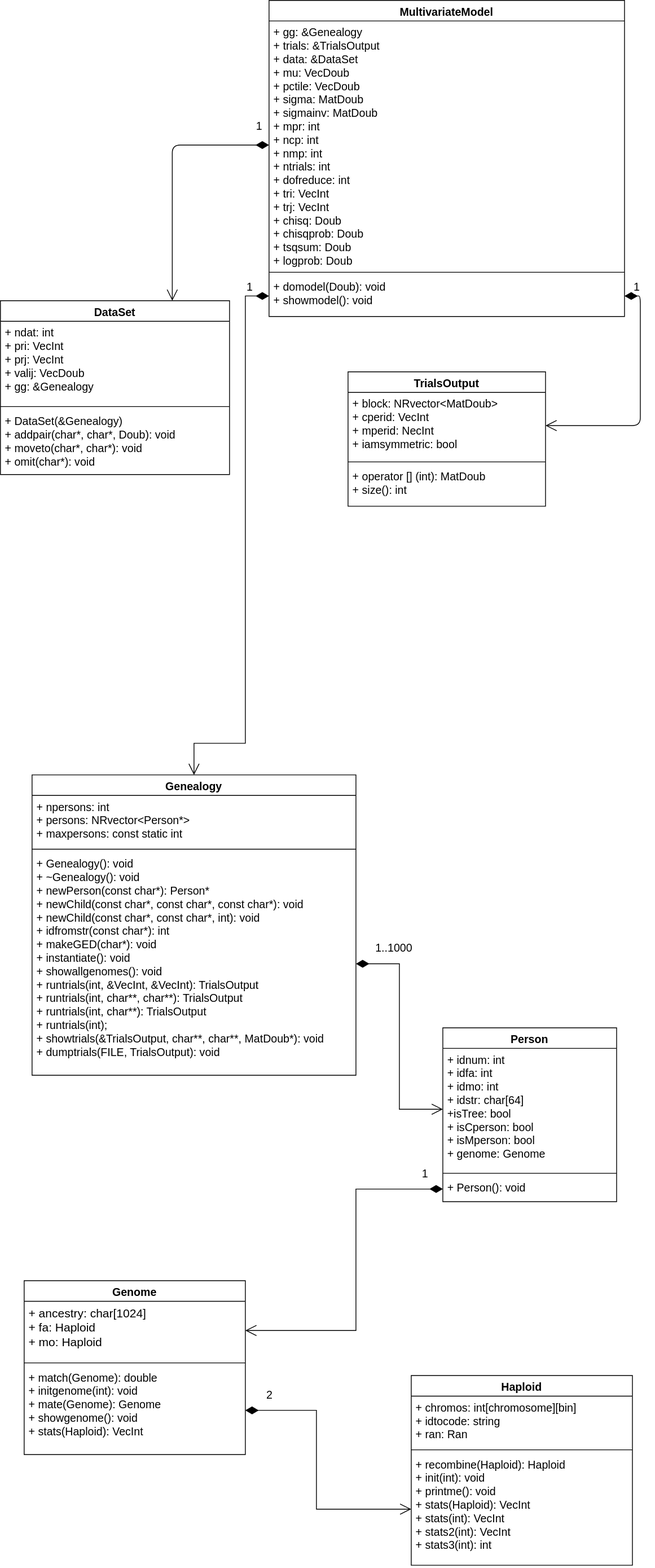
Above: docs/system.drawio.svg in whpress/cMchecker (draw.io), before the change. Source tidied: cells renumbered, new cells last; positions are measured from the earlier drawing's top-left corner, leaving out a move shared by most shapes. Its diagram source:
```xml
<mxGraphModel>
  <root>
    <mxCell id="0" />
    <mxCell id="1" parent="0" />
    <mxCell id="2" value="Haploid" style="swimlane;fontStyle=1;align=center;verticalAlign=top;horizontal=1;startSize=26;fontSize=14;" parent="1" vertex="1">
      <mxGeometry x="520" y="1740" width="280" height="240" as="geometry" />
    </mxCell>
    <mxCell id="3" value="+ chromos: int[chromosome][bin]&#10;+ idtocode: string&#10;+ ran: Ran" style="text;strokeColor=none;fillColor=none;align=left;verticalAlign=top;spacingLeft=4;spacingRight=4;overflow=hidden;fontSize=14;" parent="2" vertex="1">
      <mxGeometry y="26" width="280" height="64" as="geometry" />
    </mxCell>
    <mxCell id="4" style="line;strokeWidth=1;fillColor=none;align=left;verticalAlign=middle;spacingTop=-1;spacingLeft=3;spacingRight=3;labelPosition=right;" parent="2" vertex="1">
      <mxGeometry y="90" width="280" height="8" as="geometry" />
    </mxCell>
    <mxCell id="5" value="+ recombine(Haploid): Haploid&#10;+ init(int): void&#10;+ printme(): void&#10;+ stats(Haploid): VecInt&#10;+ stats(int): VecInt&#10;+ stats2(int): VecInt&#10;+ stats3(int): int" style="text;strokeColor=none;fillColor=none;align=left;verticalAlign=top;spacingLeft=4;spacingRight=4;overflow=hidden;points=[[0,0.5],[1,0.5]];portConstraint=eastwest;fontSize=14;" parent="2" vertex="1">
      <mxGeometry y="98" width="280" height="142" as="geometry" />
    </mxCell>
    <mxCell id="6" value="Genome" style="swimlane;fontStyle=1;align=center;verticalAlign=top;horizontal=1;startSize=26;fontSize=14;" parent="1" vertex="1">
      <mxGeometry x="30" y="1620" width="280" height="220" as="geometry" />
    </mxCell>
    <mxCell id="7" value="+ ancestry: char[1024]&#10;+ fa: Haploid&#10;+ mo: Haploid" style="text;strokeColor=none;fillColor=none;align=left;verticalAlign=top;spacingLeft=4;spacingRight=4;overflow=hidden;points=[[0,0.5],[1,0.5]];portConstraint=eastwest;fontSize=15;" parent="6" vertex="1">
      <mxGeometry y="26" width="280" height="74" as="geometry" />
    </mxCell>
    <mxCell id="8" style="line;strokeWidth=1;fillColor=none;align=left;verticalAlign=middle;spacingTop=-1;spacingLeft=3;spacingRight=3;labelPosition=right;" parent="6" vertex="1">
      <mxGeometry y="100" width="280" height="8" as="geometry" />
    </mxCell>
    <mxCell id="9" value="+ match(Genome): double&#10;+ initgenome(int): void&#10;+ mate(Genome): Genome&#10;+ showgenome(): void&#10;+ stats(Haploid): VecInt" style="text;strokeColor=none;fillColor=none;align=left;verticalAlign=top;spacingLeft=4;spacingRight=4;overflow=hidden;points=[[0,0.5],[1,0.5]];portConstraint=eastwest;fontSize=14;" parent="6" vertex="1">
      <mxGeometry y="108" width="280" height="112" as="geometry" />
    </mxCell>
    <mxCell id="10" value="2" style="endArrow=open;html=1;endSize=12;startArrow=diamondThin;startSize=14;startFill=1;edgeStyle=orthogonalEdgeStyle;align=left;verticalAlign=bottom;fontSize=14;rounded=0;exitX=1;exitY=0.5;exitDx=0;exitDy=0;entryX=0;entryY=0.5;entryDx=0;entryDy=0;" parent="1" edge="1" source="9" target="5">
      <mxGeometry x="-0.85" y="8" relative="1" as="geometry">
        <Array as="points">
          <mxPoint x="400" y="1784" />
          <mxPoint x="400" y="1909" />
        </Array>
      </mxGeometry>
    </mxCell>
    <mxCell id="11" value="Person" style="swimlane;fontStyle=1;align=center;verticalAlign=top;horizontal=1;startSize=26;fontSize=14;" parent="1" vertex="1">
      <mxGeometry x="560" y="1300" width="220" height="220" as="geometry" />
    </mxCell>
    <mxCell id="12" value="+ idnum: int&#10;+ idfa: int&#10;+ idmo: int&#10;+ idstr: char[64]&#10;+isTree: bool&#10;+ isCperson: bool&#10;+ isMperson: bool&#10;+ genome: Genome" style="text;strokeColor=none;fillColor=none;align=left;verticalAlign=top;spacingLeft=4;spacingRight=4;overflow=hidden;points=[[0,0.5],[1,0.5]];portConstraint=eastwest;fontSize=14;" parent="11" vertex="1">
      <mxGeometry y="26" width="220" height="154" as="geometry" />
    </mxCell>
    <mxCell id="13" style="line;strokeWidth=1;fillColor=none;align=left;verticalAlign=middle;spacingTop=-1;spacingLeft=3;spacingRight=3;labelPosition=right;fontSize=14;" parent="11" vertex="1">
      <mxGeometry y="180" width="220" height="8" as="geometry" />
    </mxCell>
    <mxCell id="14" value="+ Person(): void" style="text;strokeColor=none;fillColor=none;align=left;verticalAlign=top;spacingLeft=4;spacingRight=4;overflow=hidden;points=[[0,0.5],[1,0.5]];portConstraint=eastwest;fontSize=14;" parent="11" vertex="1">
      <mxGeometry y="188" width="220" height="32" as="geometry" />
    </mxCell>
    <mxCell id="15" value="Genealogy" style="swimlane;fontStyle=1;align=center;verticalAlign=top;horizontal=1;startSize=26;fontSize=14;" parent="1" vertex="1">
      <mxGeometry x="40" y="980" width="410" height="380" as="geometry" />
    </mxCell>
    <mxCell id="16" value="+ npersons: int&#10;+ persons: NRvector&lt;Person*&gt;&#10;+ maxpersons: const static int" style="text;strokeColor=none;fillColor=none;align=left;verticalAlign=top;spacingLeft=4;spacingRight=4;overflow=hidden;fontSize=14;" parent="15" vertex="1">
      <mxGeometry y="26" width="410" height="64" as="geometry" />
    </mxCell>
    <mxCell id="17" style="line;strokeWidth=1;fillColor=none;align=left;verticalAlign=middle;spacingTop=-1;spacingLeft=3;spacingRight=3;labelPosition=right;fontSize=14;" parent="15" vertex="1">
      <mxGeometry y="90" width="410" height="8" as="geometry" />
    </mxCell>
    <mxCell id="18" value="+ Genealogy(): void&#10;+ ~Genealogy(): void&#10;+ newPerson(const char*): Person*&#10;+ newChild(const char*, const char*, const char*): void&#10;+ newChild(const char*, const char*, int): void&#10;+ idfromstr(const char*): int&#10;+ makeGED(char*): void&#10;+ instantiate(): void&#10;+ showallgenomes(): void&#10;+ runtrials(int, &amp;VecInt, &amp;VecInt): TrialsOutput&#10;+ runtrials(int, char**, char**): TrialsOutput&#10;+ runtrials(int, char**): TrialsOutput&#10;+ runtrials(int);&#10;+ showtrials(&amp;TrialsOutput, char**, char**, MatDoub*): void&#10;+ dumptrials(FILE, TrialsOutput): void" style="text;strokeColor=none;fillColor=none;align=left;verticalAlign=top;spacingLeft=4;spacingRight=4;overflow=hidden;points=[[0,0.5],[1,0.5]];portConstraint=eastwest;fontSize=14;" parent="15" vertex="1">
      <mxGeometry y="98" width="410" height="282" as="geometry" />
    </mxCell>
    <mxCell id="19" value="1" style="endArrow=open;html=1;endSize=12;startArrow=diamondThin;startSize=14;startFill=1;edgeStyle=orthogonalEdgeStyle;align=left;verticalAlign=bottom;rounded=0;fontSize=14;exitX=0;exitY=0.5;exitDx=0;exitDy=0;entryX=1;entryY=0.5;entryDx=0;entryDy=0;" parent="1" edge="1" source="14" target="7">
      <mxGeometry x="-0.86" y="-4" relative="1" as="geometry">
        <Array as="points">
          <mxPoint x="450" y="1504" />
          <mxPoint x="450" y="1683" />
        </Array>
        <mxPoint x="4" y="-4" as="offset" />
      </mxGeometry>
    </mxCell>
    <mxCell id="20" value="1..1000" style="endArrow=open;html=1;endSize=12;startArrow=diamondThin;startSize=14;startFill=1;edgeStyle=orthogonalEdgeStyle;align=left;verticalAlign=bottom;rounded=0;fontSize=14;entryX=0;entryY=0.5;entryDx=0;entryDy=0;exitX=1;exitY=0.5;exitDx=0;exitDy=0;" parent="1" edge="1" source="18" target="12">
      <mxGeometry x="-0.84" y="9" relative="1" as="geometry" />
    </mxCell>
    <mxCell id="21" value="MultivariateModel" style="swimlane;fontStyle=1;align=center;verticalAlign=top;horizontal=1;startSize=26;fontSize=14;" parent="1" vertex="1">
      <mxGeometry x="340" width="450" height="400" as="geometry" />
    </mxCell>
    <mxCell id="22" value="+ gg: &amp;Genealogy&#10;+ trials: &amp;TrialsOutput&#10;+ data: &amp;DataSet&#10;+ mu: VecDoub&#10;+ pctile: VecDoub&#10;+ sigma: MatDoub&#10;+ sigmainv: MatDoub&#10;+ mpr: int&#10;+ ncp: int&#10;+ nmp: int&#10;+ ntrials: int&#10;+ dofreduce: int&#10;+ tri: VecInt&#10;+ trj: VecInt&#10;+ chisq: Doub&#10;+ chisqprob: Doub&#10;+ tsqsum: Doub&#10;+ logprob: Doub" style="text;strokeColor=none;fillColor=none;align=left;verticalAlign=top;spacingLeft=4;spacingRight=4;overflow=hidden;points=[[0,0.5],[1,0.5]];portConstraint=eastwest;fontSize=14;" parent="21" vertex="1">
      <mxGeometry y="26" width="450" height="314" as="geometry" />
    </mxCell>
    <mxCell id="23" style="line;strokeWidth=1;fillColor=none;align=left;verticalAlign=middle;spacingTop=-1;spacingLeft=3;spacingRight=3;labelPosition=right;fontSize=14;" parent="21" vertex="1">
      <mxGeometry y="340" width="450" height="8" as="geometry" />
    </mxCell>
    <mxCell id="24" value="+ domodel(Doub): void&#10;+ showmodel(): void" style="text;strokeColor=none;fillColor=none;align=left;verticalAlign=top;spacingLeft=4;spacingRight=4;overflow=hidden;points=[[0,0.5],[1,0.5]];portConstraint=eastwest;fontSize=14;" parent="21" vertex="1">
      <mxGeometry y="348" width="450" height="52" as="geometry" />
    </mxCell>
    <mxCell id="25" value="1" style="endArrow=open;html=1;endSize=12;startArrow=diamondThin;startSize=14;startFill=1;edgeStyle=orthogonalEdgeStyle;align=left;verticalAlign=bottom;rounded=0;fontSize=14;exitX=0;exitY=0.5;exitDx=0;exitDy=0;entryX=0.5;entryY=0;entryDx=0;entryDy=0;labelBackgroundColor=default;" parent="1" edge="1" source="24" target="15">
      <mxGeometry x="-0.91" relative="1" as="geometry">
        <Array as="points">
          <mxPoint x="310" y="374" />
          <mxPoint x="310" y="940" />
          <mxPoint x="245" y="940" />
        </Array>
      </mxGeometry>
    </mxCell>
    <mxCell id="26" value="TrialsOutput" style="swimlane;fontStyle=1;align=center;verticalAlign=top;horizontal=1;startSize=26;fontSize=14;" parent="1" vertex="1">
      <mxGeometry x="440" y="470" width="250" height="170" as="geometry" />
    </mxCell>
    <mxCell id="27" value="+ block: NRvector&lt;MatDoub&gt;&#10;+ cperid: VecInt&#10;+ mperid: NecInt&#10;+ iamsymmetric: bool&#10;" style="text;strokeColor=none;fillColor=none;align=left;verticalAlign=top;spacingLeft=4;spacingRight=4;overflow=hidden;points=[[0,0.5],[1,0.5]];portConstraint=eastwest;fontSize=14;" parent="26" vertex="1">
      <mxGeometry y="26" width="250" height="84" as="geometry" />
    </mxCell>
    <mxCell id="28" style="line;strokeWidth=1;fillColor=none;align=left;verticalAlign=middle;spacingTop=-1;spacingLeft=3;spacingRight=3;labelPosition=right;" parent="26" vertex="1">
      <mxGeometry y="110" width="250" height="8" as="geometry" />
    </mxCell>
    <mxCell id="29" value="+ operator [] (int): MatDoub&#10;+ size(): int" style="text;strokeColor=none;fillColor=none;align=left;verticalAlign=top;spacingLeft=4;spacingRight=4;overflow=hidden;fontSize=14;" parent="26" vertex="1">
      <mxGeometry y="118" width="250" height="52" as="geometry" />
    </mxCell>
    <mxCell id="30" value="DataSet" style="swimlane;fontStyle=1;align=center;verticalAlign=top;horizontal=1;startSize=26;fontSize=14;" parent="1" vertex="1">
      <mxGeometry y="380" width="290" height="220" as="geometry" />
    </mxCell>
    <mxCell id="31" value="+ ndat: int&#10;+ pri: VecInt&#10;+ prj: VecInt&#10;+ valij: VecDoub&#10;+ gg: &amp;Genealogy" style="text;strokeColor=none;fillColor=none;align=left;verticalAlign=top;spacingLeft=4;spacingRight=4;overflow=hidden;fontSize=14;" parent="30" vertex="1">
      <mxGeometry y="26" width="290" height="104" as="geometry" />
    </mxCell>
    <mxCell id="32" style="line;strokeWidth=1;fillColor=none;align=left;verticalAlign=middle;spacingTop=-1;spacingLeft=3;spacingRight=3;labelPosition=right;fontSize=14;" parent="30" vertex="1">
      <mxGeometry y="130" width="290" height="8" as="geometry" />
    </mxCell>
    <mxCell id="33" value="+ DataSet(&amp;Genealogy)&#10;+ addpair(char*, char*, Doub): void&#10;+ moveto(char*, char*): void&#10;+ omit(char*): void&#10;" style="text;strokeColor=none;fillColor=none;align=left;verticalAlign=top;spacingLeft=4;spacingRight=4;overflow=hidden;points=[[0,0.5],[1,0.5]];portConstraint=eastwest;fontSize=14;" parent="30" vertex="1">
      <mxGeometry y="138" width="290" height="82" as="geometry" />
    </mxCell>
    <mxCell id="34" value="1" style="endArrow=open;html=1;endSize=12;startArrow=diamondThin;startSize=14;startFill=1;edgeStyle=orthogonalEdgeStyle;align=left;verticalAlign=bottom;fontSize=14;entryX=0.75;entryY=0;entryDx=0;entryDy=0;exitX=0;exitY=0.5;exitDx=0;exitDy=0;" parent="1" edge="1" source="22" target="30">
      <mxGeometry x="-0.88" y="-13" relative="1" as="geometry" />
    </mxCell>
    <mxCell id="35" value="1" style="endArrow=open;html=1;endSize=12;startArrow=diamondThin;startSize=14;startFill=1;edgeStyle=orthogonalEdgeStyle;align=left;verticalAlign=bottom;fontSize=14;exitX=1;exitY=0.5;exitDx=0;exitDy=0;entryX=1;entryY=0.5;entryDx=0;entryDy=0;" parent="1" edge="1" source="24" target="27">
      <mxGeometry x="-0.93" relative="1" as="geometry">
        <Array as="points">
          <mxPoint x="810" y="374" />
          <mxPoint x="810" y="538" />
        </Array>
      </mxGeometry>
    </mxCell>
  </root>
</mxGraphModel>
```
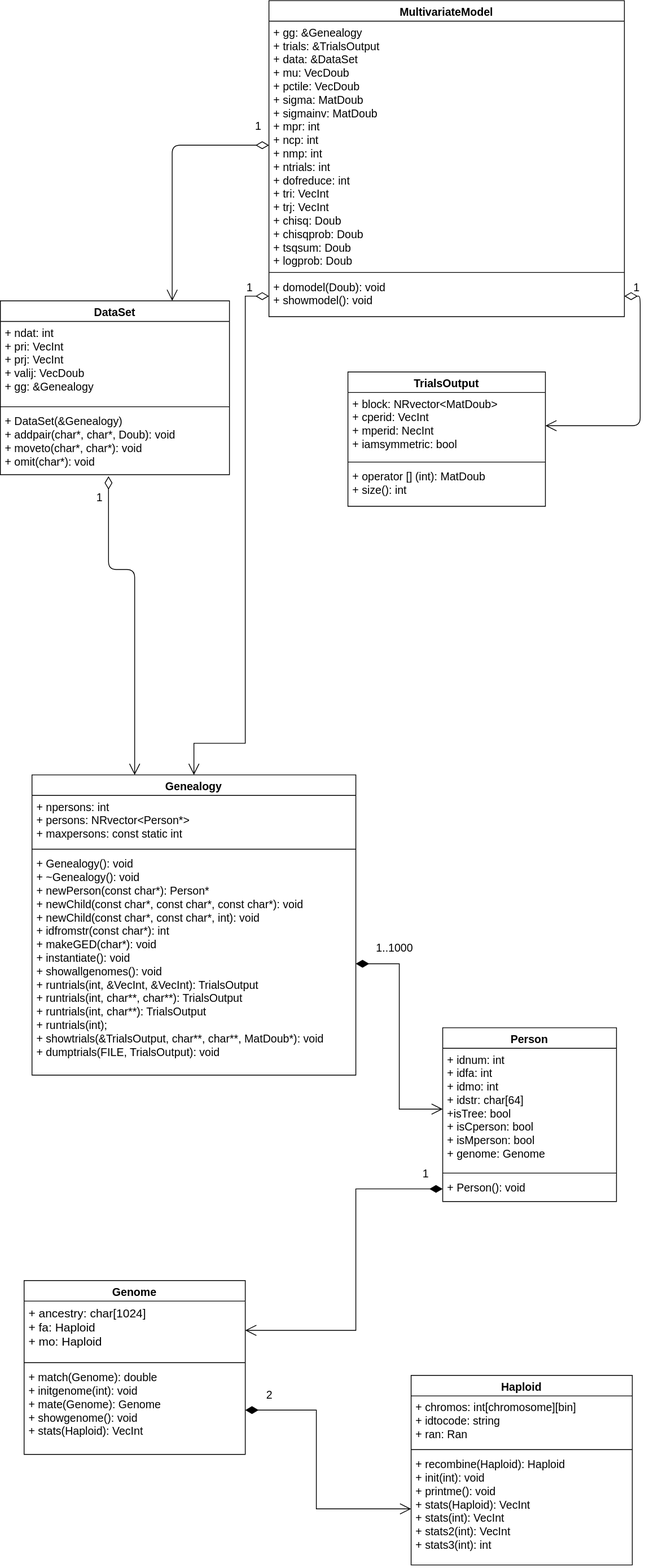
Later version of the same file.

What changed in the source:
```diff
@@ -82,7 +82,7 @@
     <mxCell id="24" value="+ domodel(Doub): void&#10;+ showmodel(): void" style="text;strokeColor=none;fillColor=none;align=left;verticalAlign=top;spacingLeft=4;spacingRight=4;overflow=hidden;points=[[0,0.5],[1,0.5]];portConstraint=eastwest;fontSize=14;" parent="21" vertex="1">
       <mxGeometry y="348" width="450" height="52" as="geometry" />
     </mxCell>
-    <mxCell id="25" value="1" style="endArrow=open;html=1;endSize=12;startArrow=diamondThin;startSize=14;startFill=1;edgeStyle=orthogonalEdgeStyle;align=left;verticalAlign=bottom;rounded=0;fontSize=14;exitX=0;exitY=0.5;exitDx=0;exitDy=0;entryX=0.5;entryY=0;entryDx=0;entryDy=0;labelBackgroundColor=default;" parent="1" edge="1" source="24" target="15">
+    <mxCell id="25" value="1" style="endArrow=open;html=1;endSize=12;startArrow=diamondThin;startSize=14;startFill=0;edgeStyle=orthogonalEdgeStyle;align=left;verticalAlign=bottom;rounded=0;fontSize=14;exitX=0;exitY=0.5;exitDx=0;exitDy=0;entryX=0.5;entryY=0;entryDx=0;entryDy=0;labelBackgroundColor=default;" parent="1" edge="1" source="24" target="15">
       <mxGeometry x="-0.91" relative="1" as="geometry">
         <Array as="points">
           <mxPoint x="310" y="374" />
@@ -115,10 +115,10 @@
     <mxCell id="33" value="+ DataSet(&amp;Genealogy)&#10;+ addpair(char*, char*, Doub): void&#10;+ moveto(char*, char*): void&#10;+ omit(char*): void&#10;" style="text;strokeColor=none;fillColor=none;align=left;verticalAlign=top;spacingLeft=4;spacingRight=4;overflow=hidden;points=[[0,0.5],[1,0.5]];portConstraint=eastwest;fontSize=14;" parent="30" vertex="1">
       <mxGeometry y="138" width="290" height="82" as="geometry" />
     </mxCell>
-    <mxCell id="34" value="1" style="endArrow=open;html=1;endSize=12;startArrow=diamondThin;startSize=14;startFill=1;edgeStyle=orthogonalEdgeStyle;align=left;verticalAlign=bottom;fontSize=14;entryX=0.75;entryY=0;entryDx=0;entryDy=0;exitX=0;exitY=0.5;exitDx=0;exitDy=0;" parent="1" edge="1" source="22" target="30">
+    <mxCell id="34" value="1" style="endArrow=open;html=1;endSize=12;startArrow=diamondThin;startSize=14;startFill=0;edgeStyle=orthogonalEdgeStyle;align=left;verticalAlign=bottom;fontSize=14;entryX=0.75;entryY=0;entryDx=0;entryDy=0;exitX=0;exitY=0.5;exitDx=0;exitDy=0;" parent="1" edge="1" source="22" target="30">
       <mxGeometry x="-0.88" y="-13" relative="1" as="geometry" />
     </mxCell>
-    <mxCell id="35" value="1" style="endArrow=open;html=1;endSize=12;startArrow=diamondThin;startSize=14;startFill=1;edgeStyle=orthogonalEdgeStyle;align=left;verticalAlign=bottom;fontSize=14;exitX=1;exitY=0.5;exitDx=0;exitDy=0;entryX=1;entryY=0.5;entryDx=0;entryDy=0;" parent="1" edge="1" source="24" target="27">
+    <mxCell id="35" value="1" style="endArrow=open;html=1;endSize=12;startArrow=diamondThin;startSize=14;startFill=0;edgeStyle=orthogonalEdgeStyle;align=left;verticalAlign=bottom;fontSize=14;exitX=1;exitY=0.5;exitDx=0;exitDy=0;entryX=1;entryY=0.5;entryDx=0;entryDy=0;" parent="1" edge="1" source="24" target="27">
       <mxGeometry x="-0.93" relative="1" as="geometry">
         <Array as="points">
           <mxPoint x="810" y="374" />
@@ -126,5 +126,15 @@
         </Array>
       </mxGeometry>
     </mxCell>
+    <mxCell id="36" value="1" style="endArrow=open;html=1;endSize=12;startArrow=diamondThin;startSize=14;startFill=0;edgeStyle=orthogonalEdgeStyle;align=left;verticalAlign=bottom;fontSize=14;exitX=0.472;exitY=1.024;exitDx=0;exitDy=0;exitPerimeter=0;" parent="1" edge="1" source="33">
+      <mxGeometry x="-0.81" y="-17" relative="1" as="geometry">
+        <mxPoint x="170" y="980" as="targetPoint" />
+        <Array as="points">
+          <mxPoint x="137" y="720" />
+          <mxPoint x="170" y="720" />
+          <mxPoint x="170" y="980" />
+        </Array>
+      </mxGeometry>
+    </mxCell>
   </root>
 </mxGraphModel>
```
